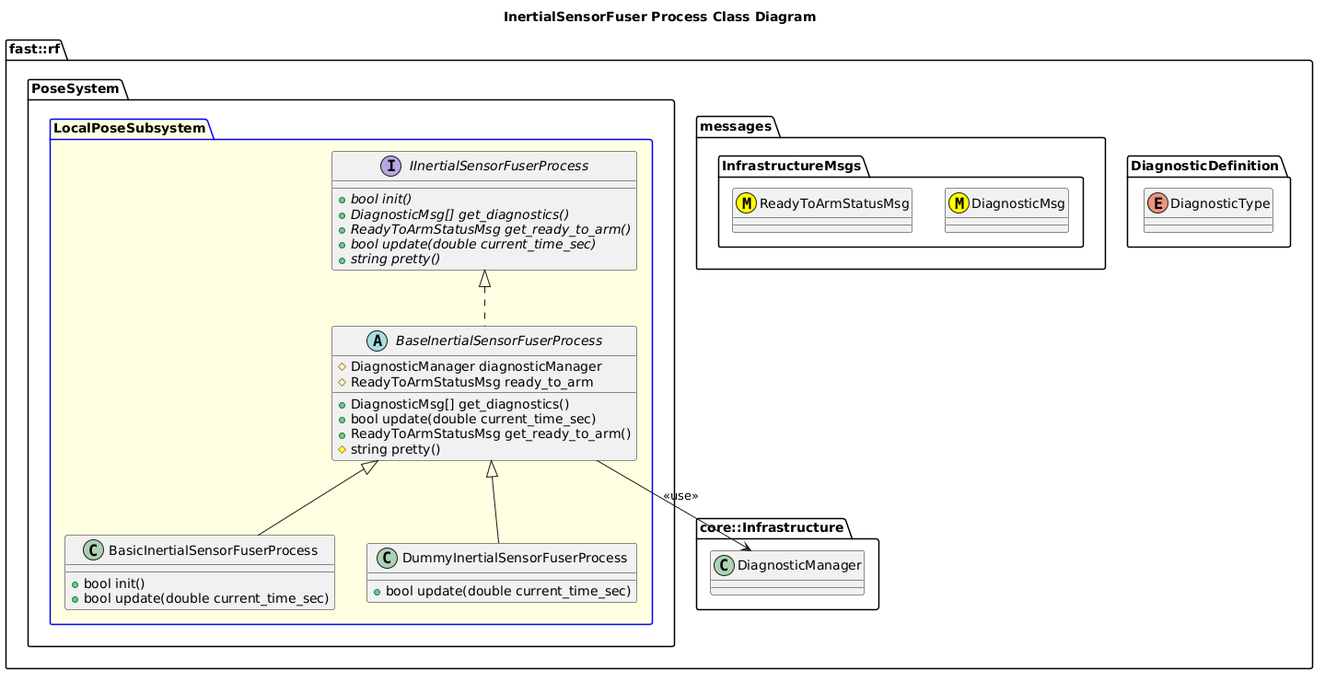
Earlier version of the PlantUML export Systems/Pose/Subsystems/LocalPose/Processes/InertialSensorFuser/doc/puml/InertialSensorFuserProcessClassDiagram.png (fastrobotics/robot_framework).
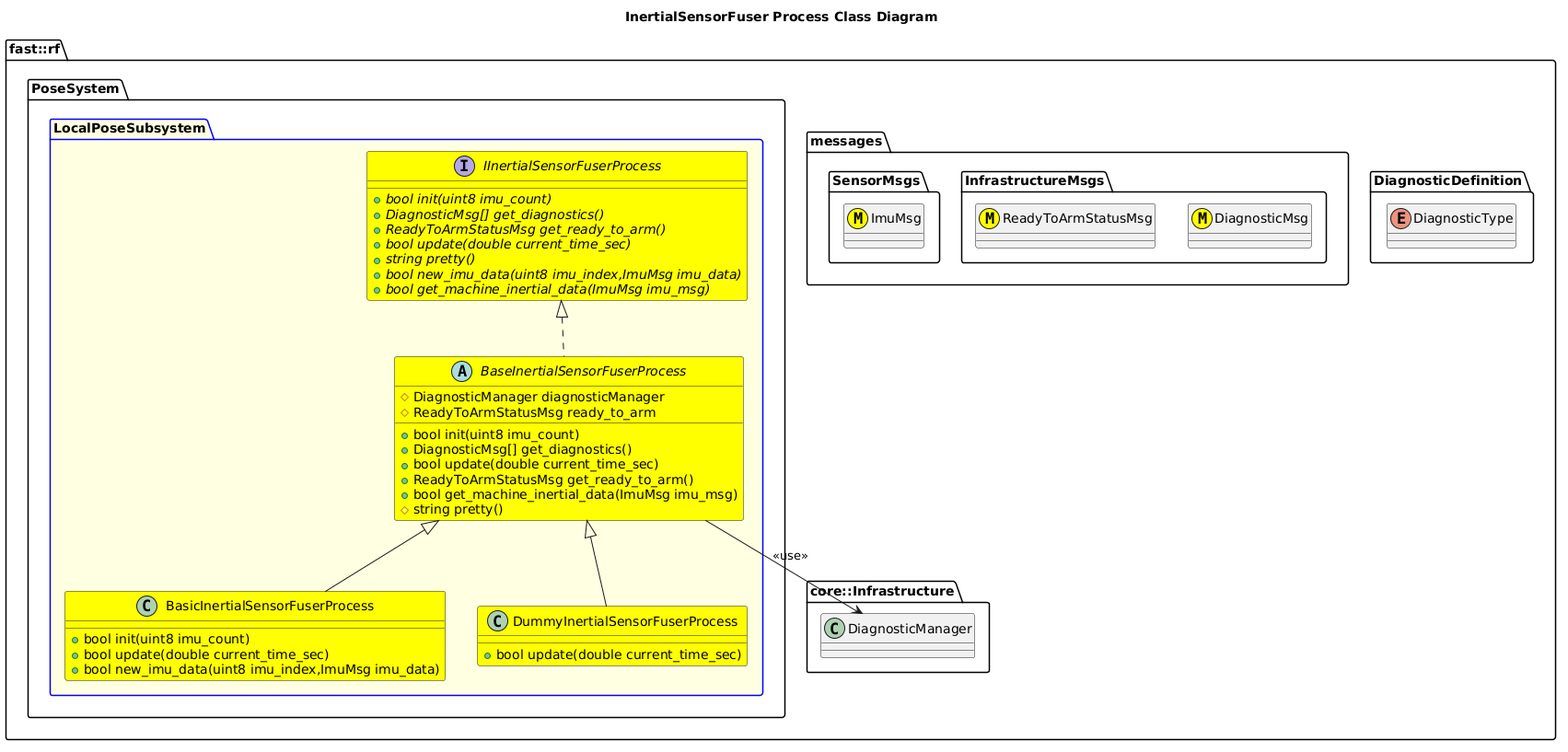
The same file after the commit.

Change to the diagram source:
```diff
@@ -10,23 +10,30 @@
       class DiagnosticMsg <<(M,#FFFF00)>>
       class ReadyToArmStatusMsg <<(M,#FFFF00)>>
     }
+    namespace SensorMsgs {
+      class ImuMsg <<(M,#FFFF00)>>
+    }
   }
   namespace core::Infrastructure {
     class DiagnosticManager
   }
   namespace PoseSystem {
     package LocalPoseSubsystem #LightYellow;line:blue {
-        interface IInertialSensorFuserProcess  {
-          +{abstract} bool init()
+        interface IInertialSensorFuserProcess #Yellow {
+          +{abstract} bool init(uint8 imu_count)
           +{abstract} DiagnosticMsg[] get_diagnostics()
           +{abstract} ReadyToArmStatusMsg get_ready_to_arm()
           +{abstract} bool update(double current_time_sec)
           +{abstract} string pretty()
+          +{abstract} bool new_imu_data(uint8 imu_index,ImuMsg imu_data)
+          +{abstract} bool get_machine_inertial_data(ImuMsg imu_msg)
         }
-        abstract BaseInertialSensorFuserProcess {
+        abstract BaseInertialSensorFuserProcess #Yellow {
+          +bool init(uint8 imu_count)
           +DiagnosticMsg[] get_diagnostics()
           +bool update(double current_time_sec)
           +ReadyToArmStatusMsg get_ready_to_arm()
+          +bool get_machine_inertial_data(ImuMsg imu_msg)
           #string pretty()
           #DiagnosticManager diagnosticManager
           #ReadyToArmStatusMsg ready_to_arm
@@ -34,12 +41,13 @@
         }
         BaseInertialSensorFuserProcess .up.|> IInertialSensorFuserProcess
         BaseInertialSensorFuserProcess --> DiagnosticManager: <<use>>
-        class BasicInertialSensorFuserProcess {
-          +bool init()
+        class BasicInertialSensorFuserProcess #Yellow {
+          +bool init(uint8 imu_count)
           +bool update(double current_time_sec)
+          +bool new_imu_data(uint8 imu_index,ImuMsg imu_data)
         }
         BasicInertialSensorFuserProcess -up-|> BaseInertialSensorFuserProcess
-        class DummyInertialSensorFuserProcess {
+        class DummyInertialSensorFuserProcess #Yellow {
           +bool update(double current_time_sec)
         }
         DummyInertialSensorFuserProcess -up-|> BaseInertialSensorFuserProcess
```
